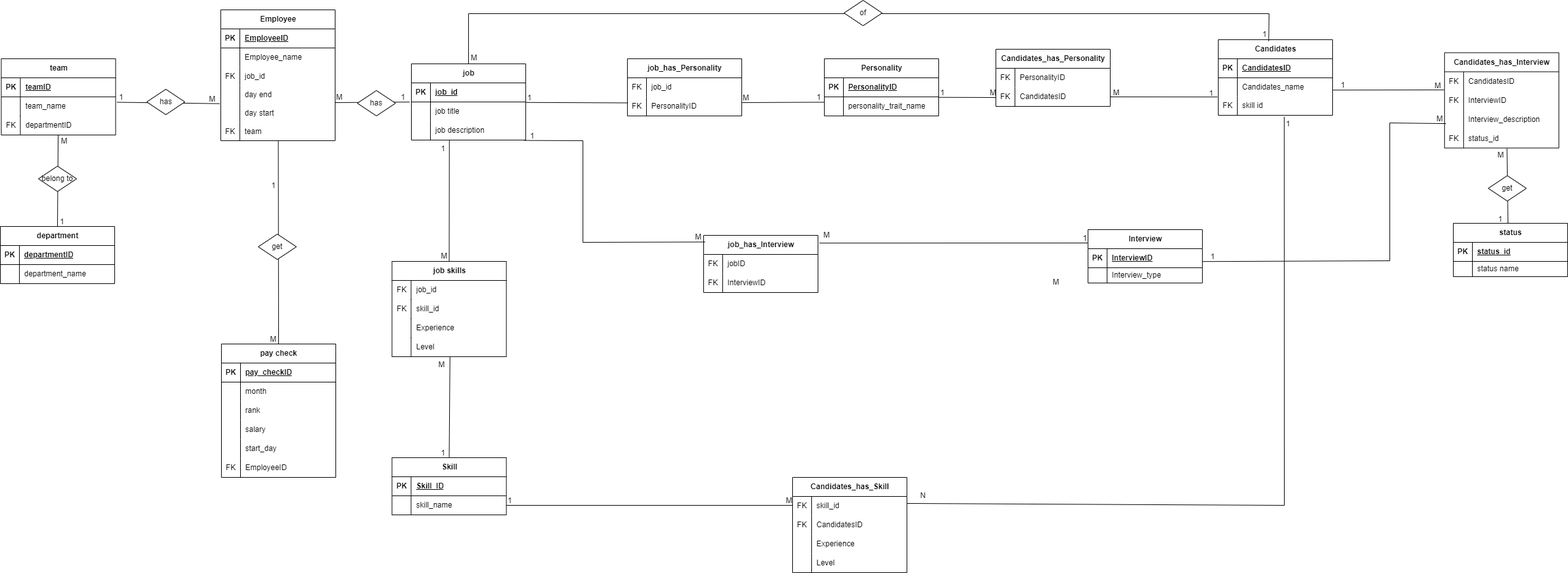
Before: HRDiagram.drawio.png, a diagram exported from draw.io (oran950/DataBase_ERD). Source tidied: cells renumbered, new cells last; positions are measured from the earlier drawing's top-left corner, leaving out a move shared by most shapes.
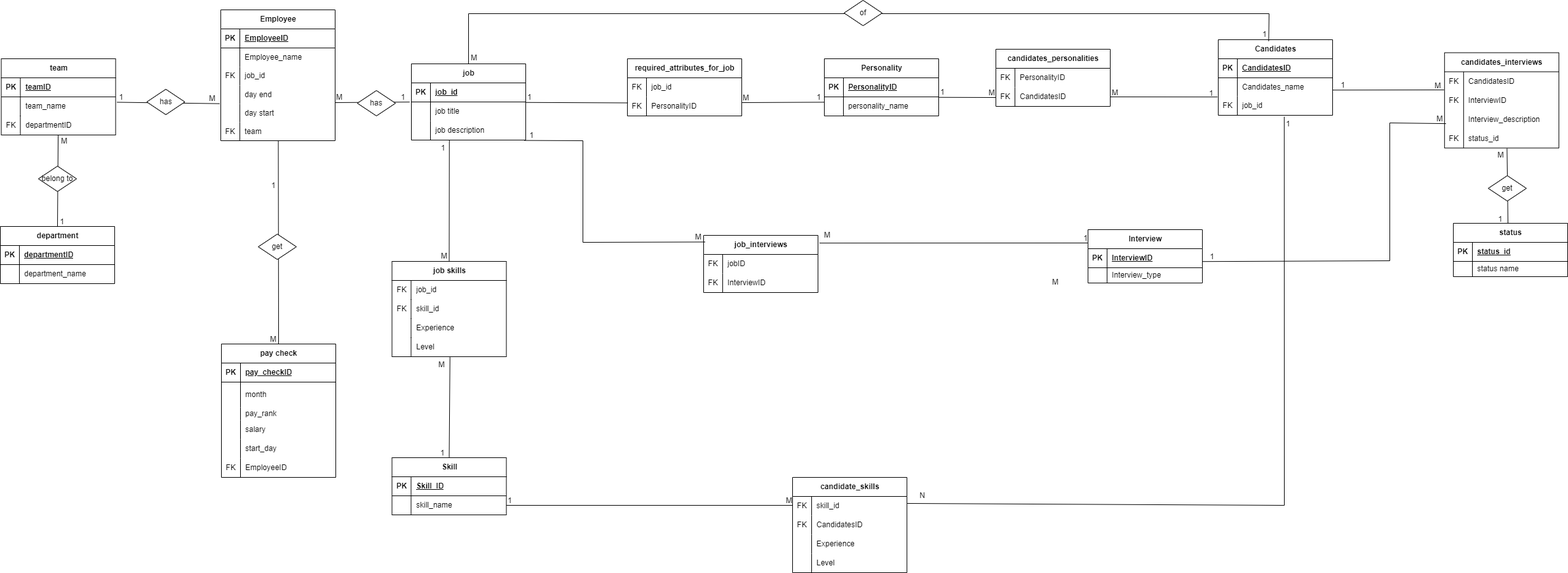
Later version of the same file.

Change to the diagram source:
```diff
@@ -233,22 +233,22 @@
       <mxGeometry x="30" width="150" height="30" as="geometry" />
     </mxCell>
     <mxCell id="68" style="shape=tableRow;horizontal=0;startSize=0;swimlaneHead=0;swimlaneBody=0;fillColor=none;top=0;left=0;right=0;bottom=0;" parent="64" vertex="1">
-      <mxGeometry y="60" width="180" height="30" as="geometry" />
+      <mxGeometry y="60" width="180" height="40" as="geometry" />
     </mxCell>
     <mxCell id="69" style="shape=partialRectangle;fillColor=none;top=0;left=0;bottom=0;right=0;overflow=hidden;whiteSpace=wrap;html=1;" parent="68" vertex="1">
-      <mxGeometry width="30" height="30" as="geometry" />
+      <mxGeometry width="30" height="40" as="geometry" />
     </mxCell>
     <mxCell id="70" value="month" style="shape=partialRectangle;fillColor=none;top=0;left=0;bottom=0;right=0;align=left;spacingLeft=6;overflow=hidden;whiteSpace=wrap;html=1;" parent="68" vertex="1">
-      <mxGeometry x="30" width="150" height="30" as="geometry" />
+      <mxGeometry x="30" width="150" height="40" as="geometry" />
     </mxCell>
     <mxCell id="71" style="shape=tableRow;horizontal=0;startSize=0;swimlaneHead=0;swimlaneBody=0;fillColor=none;top=0;left=0;right=0;bottom=0;" parent="64" vertex="1">
-      <mxGeometry y="90" width="180" height="30" as="geometry" />
+      <mxGeometry y="100" width="180" height="20" as="geometry" />
     </mxCell>
     <mxCell id="72" style="shape=partialRectangle;fillColor=none;top=0;left=0;bottom=0;right=0;overflow=hidden;whiteSpace=wrap;html=1;" parent="71" vertex="1">
-      <mxGeometry width="30" height="30" as="geometry" />
+      <mxGeometry width="30" height="20" as="geometry" />
     </mxCell>
-    <mxCell id="73" value="rank" style="shape=partialRectangle;fillColor=none;top=0;left=0;bottom=0;right=0;align=left;spacingLeft=6;overflow=hidden;whiteSpace=wrap;html=1;" parent="71" vertex="1">
-      <mxGeometry x="30" width="150" height="30" as="geometry" />
+    <mxCell id="73" value="pay_rank" style="shape=partialRectangle;fillColor=none;top=0;left=0;bottom=0;right=0;align=left;spacingLeft=6;overflow=hidden;whiteSpace=wrap;html=1;" parent="71" vertex="1">
+      <mxGeometry x="30" width="150" height="20" as="geometry" />
     </mxCell>
     <mxCell id="74" style="shape=tableRow;horizontal=0;startSize=0;swimlaneHead=0;swimlaneBody=0;fillColor=none;top=0;left=0;right=0;bottom=0;" parent="64" vertex="1">
       <mxGeometry y="120" width="180" height="30" as="geometry" />
@@ -383,7 +383,7 @@
     <mxCell id="116" value="job description" style="shape=partialRectangle;fillColor=none;top=0;left=0;bottom=0;right=0;align=left;spacingLeft=6;overflow=hidden;whiteSpace=wrap;html=1;" parent="114" vertex="1">
       <mxGeometry x="30" width="150" height="30" as="geometry" />
     </mxCell>
-    <mxCell id="117" value="job_has_Personality" style="shape=table;startSize=30;rowLines=0;fontStyle=1;align=center;html=1;" parent="1" vertex="1">
+    <mxCell id="117" value="required_attributes_for_job" style="shape=table;startSize=30;rowLines=0;fontStyle=1;align=center;html=1;" parent="1" vertex="1">
       <mxGeometry x="987" y="92" width="180" height="90" as="geometry" />
     </mxCell>
     <mxCell id="118" style="shape=tableRow;horizontal=0;startSize=0;swimlaneHead=0;swimlaneBody=0;fillColor=none;top=0;left=0;right=0;bottom=0;" parent="117" vertex="1">
@@ -433,7 +433,7 @@
     <mxCell id="132" style="shape=partialRectangle;fillColor=none;top=0;left=0;bottom=0;right=0;overflow=hidden;whiteSpace=wrap;html=1;" parent="131" vertex="1">
       <mxGeometry width="30" height="30" as="geometry" />
     </mxCell>
-    <mxCell id="133" value="personality_trait_name" style="shape=partialRectangle;fillColor=none;top=0;left=0;bottom=0;right=0;align=left;spacingLeft=6;overflow=hidden;whiteSpace=wrap;html=1;" parent="131" vertex="1">
+    <mxCell id="133" value="personality_name" style="shape=partialRectangle;fillColor=none;top=0;left=0;bottom=0;right=0;align=left;spacingLeft=6;overflow=hidden;whiteSpace=wrap;html=1;" parent="131" vertex="1">
       <mxGeometry x="30" width="150" height="30" as="geometry" />
     </mxCell>
     <mxCell id="134" style="endArrow=none;html=1;rounded=0;exitX=1.004;exitY=1.024;exitDx=0;exitDy=0;exitPerimeter=0;" parent="1" edge="1" source="128">
@@ -447,7 +447,7 @@
     <mxCell id="136" value="M" style="html=1;whiteSpace=wrap;align=right;verticalAlign=bottom;" parent="134" vertex="1">
       <mxGeometry x="1" relative="1" as="geometry" />
     </mxCell>
-    <mxCell id="137" value="Candidates_has_Personality" style="shape=table;startSize=30;rowLines=0;fontStyle=1;align=center;html=1;" parent="1" vertex="1">
+    <mxCell id="137" value="candidates_personalities" style="shape=table;startSize=30;rowLines=0;fontStyle=1;align=center;html=1;" parent="1" vertex="1">
       <mxGeometry x="1567" y="77" width="180" height="90" as="geometry" />
     </mxCell>
     <mxCell id="138" style="shape=tableRow;horizontal=0;startSize=0;swimlaneHead=0;swimlaneBody=0;fillColor=none;top=0;left=0;right=0;bottom=0;" parent="137" vertex="1">
@@ -495,7 +495,7 @@
     <mxCell id="152" value="FK" style="shape=partialRectangle;fillColor=none;top=0;left=0;bottom=0;right=0;overflow=hidden;whiteSpace=wrap;html=1;" parent="151" vertex="1">
       <mxGeometry width="30" height="30" as="geometry" />
     </mxCell>
-    <mxCell id="153" value="skill id" style="shape=partialRectangle;fillColor=none;top=0;left=0;bottom=0;right=0;align=left;spacingLeft=6;overflow=hidden;whiteSpace=wrap;html=1;" parent="151" vertex="1">
+    <mxCell id="153" value="job_id" style="shape=partialRectangle;fillColor=none;top=0;left=0;bottom=0;right=0;align=left;spacingLeft=6;overflow=hidden;whiteSpace=wrap;html=1;" parent="151" vertex="1">
       <mxGeometry x="30" width="150" height="30" as="geometry" />
     </mxCell>
     <mxCell id="154" style="endArrow=none;html=1;rounded=0;exitX=-0.007;exitY=1.04;exitDx=0;exitDy=0;entryX=1;entryY=0.5;entryDx=0;entryDy=0;exitPerimeter=0;" parent="1" edge="1" source="148" target="141">
@@ -511,7 +511,7 @@
         <mxPoint x="14" y="1" as="offset" />
       </mxGeometry>
     </mxCell>
-    <mxCell id="157" value="Candidates_has_Skill" style="shape=table;startSize=30;rowLines=0;fontStyle=1;align=center;html=1;" parent="1" vertex="1">
+    <mxCell id="157" value="candidate_skills" style="shape=table;startSize=30;rowLines=0;fontStyle=1;align=center;html=1;" parent="1" vertex="1">
       <mxGeometry x="1247" y="751" width="180" height="150" as="geometry" />
     </mxCell>
     <mxCell id="158" style="shape=tableRow;horizontal=0;startSize=0;swimlaneHead=0;swimlaneBody=0;fillColor=none;top=0;left=0;right=0;bottom=0;" parent="157" vertex="1">
@@ -600,7 +600,7 @@
     <mxCell id="182" value="Interview_type" style="shape=partialRectangle;fillColor=none;top=0;left=0;bottom=0;right=0;align=left;spacingLeft=6;overflow=hidden;whiteSpace=wrap;html=1;" parent="180" vertex="1">
       <mxGeometry x="30" width="150" height="24" as="geometry" />
     </mxCell>
-    <mxCell id="183" value="Candidates_has_Interview" style="shape=table;startSize=30;rowLines=0;fontStyle=1;align=center;html=1;" parent="1" vertex="1">
+    <mxCell id="183" value="candidates_interviews" style="shape=table;startSize=30;rowLines=0;fontStyle=1;align=center;html=1;" parent="1" vertex="1">
       <mxGeometry x="2273.2" y="82.5" width="180" height="150" as="geometry" />
     </mxCell>
     <mxCell id="184" style="shape=tableRow;horizontal=0;startSize=0;swimlaneHead=0;swimlaneBody=0;fillColor=none;points=[[0,0.5],[1,0.5]];portConstraint=eastwest;top=0;left=0;right=0;bottom=0;" parent="183" vertex="1">
@@ -678,7 +678,7 @@
     <mxCell id="205" value="status name" style="shape=partialRectangle;fillColor=none;top=0;left=0;bottom=0;right=0;align=left;spacingLeft=6;overflow=hidden;whiteSpace=wrap;html=1;" parent="203" vertex="1">
       <mxGeometry x="30" width="150" height="24" as="geometry" />
     </mxCell>
-    <mxCell id="206" value="job_has_Interview" style="shape=table;startSize=30;rowLines=0;fontStyle=1;align=center;html=1;" parent="1" vertex="1">
+    <mxCell id="206" value="job_interviews" style="shape=table;startSize=30;rowLines=0;fontStyle=1;align=center;html=1;" parent="1" vertex="1">
       <mxGeometry x="1107" y="370" width="180" height="90" as="geometry" />
     </mxCell>
     <mxCell id="207" style="shape=tableRow;horizontal=0;startSize=0;swimlaneHead=0;swimlaneBody=0;fillColor=none;top=0;left=0;right=0;bottom=0;" parent="206" vertex="1">
```
